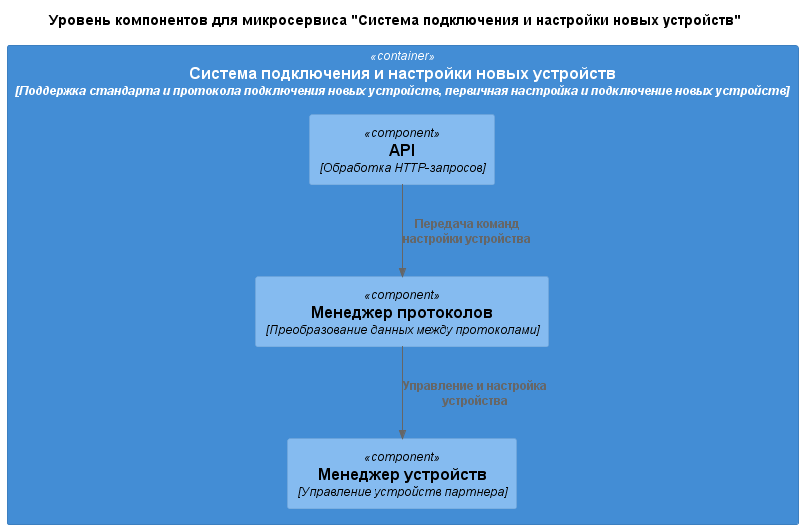
Earlier version of the PlantUML export diagrams/partner_integration_component.png (sadam-agashirinov/architecture-sprint-3). The source it was exported from:
```plantuml
@startuml partner_integration_component
!include https://raw.githubusercontent.com/plantuml-stdlib/C4-PlantUML/master/C4_Component.puml

skinparam wrapWidth 300

title Уровень компонентов для микросервиса "Система подключения и настройки новых устройств"

Container(device_management, "Система подключения и настройки новых устройств", "Поддержка стандарта и протокола подключения новых устройств, первичная настройка и подключение новых устройств") {
    Component(api, "API", "Обработка HTTP-запросов")
    Component(device_manager, "Менеджер устройств", "Управление устройств партнера")
    Component(protocol_manager, "Менеджер протоколов", "Преобразование данных между протоколами")
}

Rel(api, protocol_manager, "Передача команд настройки устройства")
Rel(protocol_manager, device_manager, "Управление и настройка устройства")

@enduml
```
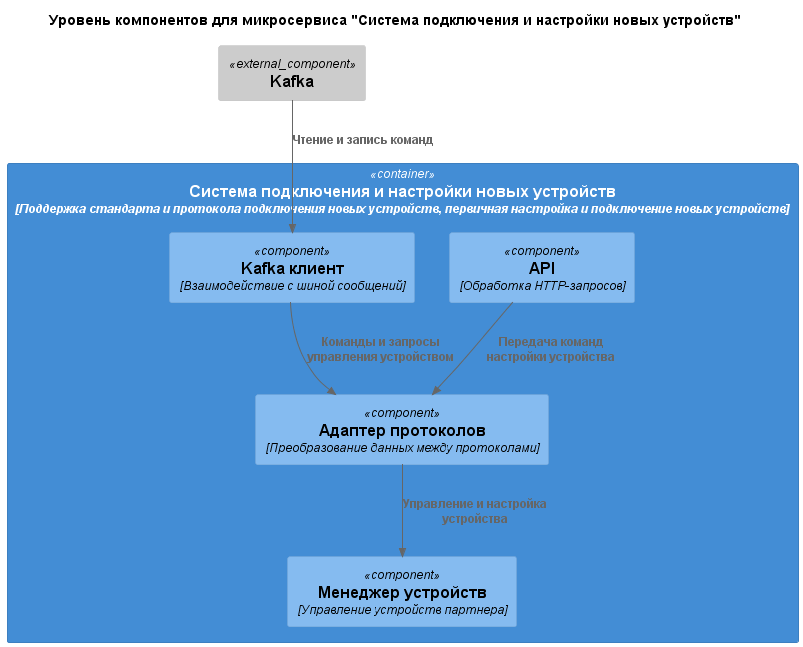
After the commit.

Commit message:
feat: Задание 2. Проектирование микросервисной архитектуры: диаграмма компонента Система подключения и настройки новых устройств

Change to the diagram source:
```diff
@@ -5,13 +5,18 @@
 
 title Уровень компонентов для микросервиса "Система подключения и настройки новых устройств"
 
+Component_Ext(kafka, "Kafka")
+
 Container(device_management, "Система подключения и настройки новых устройств", "Поддержка стандарта и протокола подключения новых устройств, первичная настройка и подключение новых устройств") {
     Component(api, "API", "Обработка HTTP-запросов")
     Component(device_manager, "Менеджер устройств", "Управление устройств партнера")
-    Component(protocol_manager, "Менеджер протоколов", "Преобразование данных между протоколами")
+    Component(protocol_adapter, "Адаптер протоколов", "Преобразование данных между протоколами")
+    Component(kafka_client, "Kafka клиент", "Взаимодействие с шиной сообщений")
 }
 
-Rel(api, protocol_manager, "Передача команд настройки устройства")
-Rel(protocol_manager, device_manager, "Управление и настройка устройства")
+Rel(api, protocol_adapter, "Передача команд настройки устройства")
+Rel(kafka_client, protocol_adapter, "Команды и запросы управления устройством")
+Rel(protocol_adapter, device_manager, "Управление и настройка устройства")
+Rel(kafka, kafka_client, "Чтение и запись команд")
 
 @enduml
```
